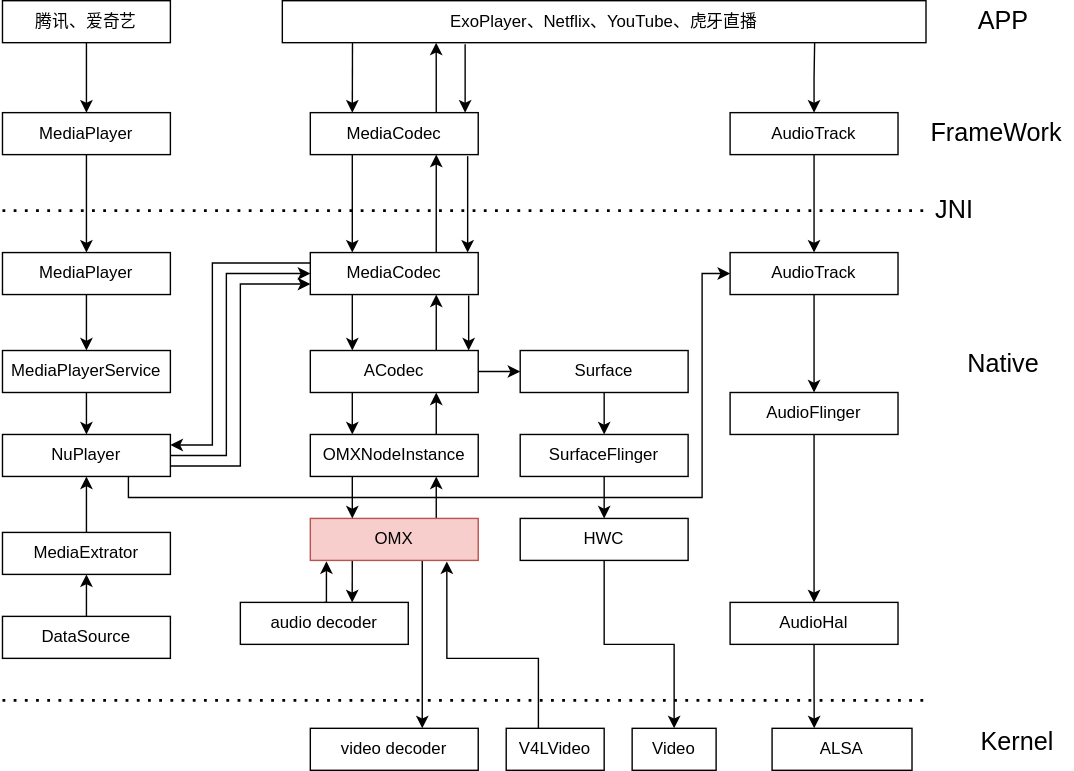
llzywhy/AnBook keeps this draw.io diagram as assets/openmax_in_android.svg. Above is the earlier version. Source tidied: cells renumbered, new cells last; positions are measured from the earlier drawing's top-left corner, leaving out a move shared by most shapes. The source it was exported from:
```xml
<mxGraphModel>
  <root>
    <mxCell id="0" />
    <mxCell id="1" parent="0" />
    <mxCell id="2" style="edgeStyle=orthogonalEdgeStyle;rounded=0;jettySize=auto;html=1;exitX=0.5;exitY=1;exitDx=0;exitDy=0;entryX=0.5;entryY=0;entryDx=0;entryDy=0;fontSize=18;" parent="1" edge="1" source="3" target="6">
      <mxGeometry relative="1" as="geometry" />
    </mxCell>
    <mxCell id="3" value="腾讯、爱奇艺" style="rounded=0;whiteSpace=wrap;html=1;" parent="1" vertex="1">
      <mxGeometry width="120" height="30" as="geometry" />
    </mxCell>
    <mxCell id="4" value="ExoPlayer、Netflix、YouTube、虎牙直播" style="rounded=0;whiteSpace=wrap;html=1;" parent="1" vertex="1">
      <mxGeometry x="200" width="460" height="30" as="geometry" />
    </mxCell>
    <mxCell id="5" style="edgeStyle=orthogonalEdgeStyle;rounded=0;jettySize=auto;html=1;exitX=0.5;exitY=1;exitDx=0;exitDy=0;entryX=0.5;entryY=0;entryDx=0;entryDy=0;fontSize=18;" parent="1" edge="1" source="6" target="14">
      <mxGeometry relative="1" as="geometry" />
    </mxCell>
    <mxCell id="6" value="MediaPlayer" style="rounded=0;whiteSpace=wrap;html=1;" parent="1" vertex="1">
      <mxGeometry y="80" width="120" height="30" as="geometry" />
    </mxCell>
    <mxCell id="7" style="edgeStyle=orthogonalEdgeStyle;rounded=0;jettySize=auto;html=1;exitX=0.75;exitY=0;exitDx=0;exitDy=0;entryX=0.239;entryY=1;entryDx=0;entryDy=0;entryPerimeter=0;fontSize=18;" parent="1" edge="1" source="8" target="4">
      <mxGeometry relative="1" as="geometry" />
    </mxCell>
    <mxCell id="8" value="MediaCodec" style="rounded=0;whiteSpace=wrap;html=1;" parent="1" vertex="1">
      <mxGeometry x="220" y="80" width="120" height="30" as="geometry" />
    </mxCell>
    <mxCell id="9" style="edgeStyle=orthogonalEdgeStyle;rounded=0;jettySize=auto;html=1;exitX=0.5;exitY=0;exitDx=0;exitDy=0;entryX=0.827;entryY=1;entryDx=0;entryDy=0;entryPerimeter=0;fontSize=18;endArrow=none;endFill=0;startArrow=classic;startFill=1;" parent="1" edge="1" source="11" target="4">
      <mxGeometry relative="1" as="geometry" />
    </mxCell>
    <mxCell id="10" style="edgeStyle=orthogonalEdgeStyle;rounded=0;jettySize=auto;html=1;exitX=0.5;exitY=1;exitDx=0;exitDy=0;entryX=0.5;entryY=0;entryDx=0;entryDy=0;fontSize=18;startArrow=none;startFill=0;endArrow=classic;endFill=1;" parent="1" edge="1" source="11" target="19">
      <mxGeometry relative="1" as="geometry" />
    </mxCell>
    <mxCell id="11" value="AudioTrack" style="rounded=0;whiteSpace=wrap;html=1;" parent="1" vertex="1">
      <mxGeometry x="520" y="80" width="120" height="30" as="geometry" />
    </mxCell>
    <mxCell id="12" style="endArrow=none;dashed=1;html=1;dashPattern=1 3;strokeWidth=2;rounded=0;" parent="1" edge="1">
      <mxGeometry relative="1" as="geometry">
        <mxPoint y="150" as="sourcePoint" />
        <mxPoint x="660" y="150" as="targetPoint" />
      </mxGeometry>
    </mxCell>
    <mxCell id="13" style="edgeStyle=orthogonalEdgeStyle;rounded=0;jettySize=auto;html=1;exitX=0.5;exitY=1;exitDx=0;exitDy=0;entryX=0.5;entryY=0;entryDx=0;entryDy=0;fontSize=18;" parent="1" edge="1" source="14" target="21">
      <mxGeometry relative="1" as="geometry" />
    </mxCell>
    <mxCell id="14" value="MediaPlayer" style="rounded=0;whiteSpace=wrap;html=1;" parent="1" vertex="1">
      <mxGeometry y="180" width="120" height="30" as="geometry" />
    </mxCell>
    <mxCell id="15" style="edgeStyle=orthogonalEdgeStyle;rounded=0;jettySize=auto;html=1;exitX=0.75;exitY=0;exitDx=0;exitDy=0;entryX=0.75;entryY=1;entryDx=0;entryDy=0;fontSize=18;" parent="1" edge="1" source="17" target="8">
      <mxGeometry relative="1" as="geometry" />
    </mxCell>
    <mxCell id="16" style="edgeStyle=orthogonalEdgeStyle;rounded=0;jettySize=auto;html=1;exitX=0;exitY=0.25;exitDx=0;exitDy=0;entryX=1;entryY=0.25;entryDx=0;entryDy=0;fontSize=18;startArrow=none;startFill=0;endArrow=classic;endFill=1;" parent="1" edge="1" source="17" target="25">
      <mxGeometry relative="1" as="geometry">
        <Array as="points">
          <mxPoint x="150" y="188" />
          <mxPoint x="150" y="318" />
        </Array>
      </mxGeometry>
    </mxCell>
    <mxCell id="17" value="MediaCodec" style="rounded=0;whiteSpace=wrap;html=1;" parent="1" vertex="1">
      <mxGeometry x="220" y="180" width="120" height="30" as="geometry" />
    </mxCell>
    <mxCell id="18" style="edgeStyle=orthogonalEdgeStyle;rounded=0;jettySize=auto;html=1;exitX=0.5;exitY=1;exitDx=0;exitDy=0;entryX=0.5;entryY=0;entryDx=0;entryDy=0;fontSize=18;startArrow=none;startFill=0;endArrow=classic;endFill=1;" parent="1" edge="1" source="19" target="49">
      <mxGeometry relative="1" as="geometry" />
    </mxCell>
    <mxCell id="19" value="AudioTrack" style="rounded=0;whiteSpace=wrap;html=1;" parent="1" vertex="1">
      <mxGeometry x="520" y="180" width="120" height="30" as="geometry" />
    </mxCell>
    <mxCell id="20" style="edgeStyle=orthogonalEdgeStyle;rounded=0;jettySize=auto;html=1;exitX=0.5;exitY=1;exitDx=0;exitDy=0;entryX=0.5;entryY=0;entryDx=0;entryDy=0;fontSize=18;" parent="1" edge="1" source="21" target="25">
      <mxGeometry relative="1" as="geometry" />
    </mxCell>
    <mxCell id="21" value="MediaPlayerService" style="rounded=0;whiteSpace=wrap;html=1;" parent="1" vertex="1">
      <mxGeometry y="250" width="120" height="30" as="geometry" />
    </mxCell>
    <mxCell id="22" style="edgeStyle=orthogonalEdgeStyle;rounded=0;jettySize=auto;html=1;exitX=1;exitY=0.75;exitDx=0;exitDy=0;entryX=0;entryY=0.75;entryDx=0;entryDy=0;fontSize=18;startArrow=none;startFill=0;endArrow=classic;endFill=1;" parent="1" edge="1" source="25" target="17">
      <mxGeometry relative="1" as="geometry" />
    </mxCell>
    <mxCell id="23" style="edgeStyle=orthogonalEdgeStyle;rounded=0;jettySize=auto;html=1;exitX=1;exitY=0.5;exitDx=0;exitDy=0;entryX=0;entryY=0.5;entryDx=0;entryDy=0;fontSize=18;startArrow=none;startFill=0;endArrow=classic;endFill=1;" parent="1" edge="1" source="25" target="17">
      <mxGeometry relative="1" as="geometry">
        <Array as="points">
          <mxPoint x="160" y="325" />
          <mxPoint x="160" y="195" />
        </Array>
      </mxGeometry>
    </mxCell>
    <mxCell id="24" style="edgeStyle=orthogonalEdgeStyle;rounded=0;jettySize=auto;html=1;exitX=0.75;exitY=1;exitDx=0;exitDy=0;entryX=0;entryY=0.5;entryDx=0;entryDy=0;fontSize=18;startArrow=none;startFill=0;endArrow=classic;endFill=1;" parent="1" edge="1" source="25" target="19">
      <mxGeometry relative="1" as="geometry">
        <Array as="points">
          <mxPoint x="90" y="355" />
          <mxPoint x="500" y="355" />
          <mxPoint x="500" y="195" />
        </Array>
      </mxGeometry>
    </mxCell>
    <mxCell id="25" value="NuPlayer" style="rounded=0;whiteSpace=wrap;html=1;" parent="1" vertex="1">
      <mxGeometry y="310" width="120" height="30" as="geometry" />
    </mxCell>
    <mxCell id="26" style="edgeStyle=orthogonalEdgeStyle;rounded=0;jettySize=auto;html=1;exitX=0.5;exitY=0;exitDx=0;exitDy=0;entryX=0.5;entryY=1;entryDx=0;entryDy=0;fontSize=18;" parent="1" edge="1" source="27" target="25">
      <mxGeometry relative="1" as="geometry" />
    </mxCell>
    <mxCell id="27" value="MediaExtrator" style="rounded=0;whiteSpace=wrap;html=1;" parent="1" vertex="1">
      <mxGeometry y="380" width="120" height="30" as="geometry" />
    </mxCell>
    <mxCell id="28" style="edgeStyle=orthogonalEdgeStyle;rounded=0;jettySize=auto;html=1;exitX=0.5;exitY=0;exitDx=0;exitDy=0;entryX=0.5;entryY=1;entryDx=0;entryDy=0;fontSize=18;" parent="1" edge="1" source="29" target="27">
      <mxGeometry relative="1" as="geometry" />
    </mxCell>
    <mxCell id="29" value="DataSource" style="rounded=0;whiteSpace=wrap;html=1;" parent="1" vertex="1">
      <mxGeometry y="440" width="120" height="30" as="geometry" />
    </mxCell>
    <mxCell id="30" style="edgeStyle=orthogonalEdgeStyle;rounded=0;jettySize=auto;html=1;exitX=0.75;exitY=0;exitDx=0;exitDy=0;entryX=0.75;entryY=1;entryDx=0;entryDy=0;fontSize=18;" parent="1" edge="1" source="32" target="17">
      <mxGeometry relative="1" as="geometry" />
    </mxCell>
    <mxCell id="31" style="edgeStyle=orthogonalEdgeStyle;rounded=0;jettySize=auto;html=1;exitX=1;exitY=0.5;exitDx=0;exitDy=0;entryX=0;entryY=0.5;entryDx=0;entryDy=0;fontSize=18;" parent="1" edge="1" source="32" target="43">
      <mxGeometry relative="1" as="geometry" />
    </mxCell>
    <mxCell id="32" value="ACodec" style="rounded=0;whiteSpace=wrap;html=1;" parent="1" vertex="1">
      <mxGeometry x="220" y="250" width="120" height="30" as="geometry" />
    </mxCell>
    <mxCell id="33" style="edgeStyle=orthogonalEdgeStyle;rounded=0;jettySize=auto;html=1;exitX=0.75;exitY=0;exitDx=0;exitDy=0;entryX=0.75;entryY=1;entryDx=0;entryDy=0;fontSize=18;" parent="1" edge="1" source="34" target="32">
      <mxGeometry relative="1" as="geometry" />
    </mxCell>
    <mxCell id="34" value="OMXNodeInstance" style="rounded=0;whiteSpace=wrap;html=1;" parent="1" vertex="1">
      <mxGeometry x="220" y="310" width="120" height="30" as="geometry" />
    </mxCell>
    <mxCell id="35" style="edgeStyle=orthogonalEdgeStyle;rounded=0;jettySize=auto;html=1;exitX=0.25;exitY=1;exitDx=0;exitDy=0;entryX=0.666;entryY=0;entryDx=0;entryDy=0;entryPerimeter=0;fontSize=18;" parent="1" edge="1" source="38" target="40">
      <mxGeometry relative="1" as="geometry" />
    </mxCell>
    <mxCell id="36" style="edgeStyle=orthogonalEdgeStyle;rounded=0;orthogonalLoop=1;jettySize=auto;html=1;exitX=0.75;exitY=1;exitDx=0;exitDy=0;entryX=0.75;entryY=0;entryDx=0;entryDy=0;fontSize=18;" parent="1" edge="1">
      <mxGeometry relative="1" as="geometry">
        <mxPoint x="300" y="400" as="sourcePoint" />
        <mxPoint x="300" y="520" as="targetPoint" />
      </mxGeometry>
    </mxCell>
    <mxCell id="37" style="edgeStyle=orthogonalEdgeStyle;rounded=0;jettySize=auto;html=1;exitX=0.75;exitY=0;exitDx=0;exitDy=0;entryX=0.75;entryY=1;entryDx=0;entryDy=0;fontSize=18;" parent="1" edge="1" source="38" target="34">
      <mxGeometry relative="1" as="geometry" />
    </mxCell>
    <mxCell id="38" value="OMX" style="rounded=0;whiteSpace=wrap;html=1;fillColor=#f8cecc;strokeColor=#b85450;" parent="1" vertex="1">
      <mxGeometry x="220" y="370" width="120" height="30" as="geometry" />
    </mxCell>
    <mxCell id="39" style="edgeStyle=orthogonalEdgeStyle;rounded=0;jettySize=auto;html=1;exitX=0.5;exitY=0;exitDx=0;exitDy=0;entryX=0.096;entryY=1.021;entryDx=0;entryDy=0;entryPerimeter=0;fontSize=18;" parent="1" edge="1" source="40" target="38">
      <mxGeometry relative="1" as="geometry" />
    </mxCell>
    <mxCell id="40" value="audio decoder" style="rounded=0;whiteSpace=wrap;html=1;" parent="1" vertex="1">
      <mxGeometry x="170" y="430" width="120" height="30" as="geometry" />
    </mxCell>
    <mxCell id="41" style="endArrow=none;dashed=1;html=1;dashPattern=1 3;strokeWidth=2;rounded=0;" parent="1" edge="1">
      <mxGeometry relative="1" as="geometry">
        <mxPoint y="500" as="sourcePoint" />
        <mxPoint x="660" y="500" as="targetPoint" />
      </mxGeometry>
    </mxCell>
    <mxCell id="42" style="edgeStyle=orthogonalEdgeStyle;rounded=0;jettySize=auto;html=1;exitX=0.5;exitY=1;exitDx=0;exitDy=0;entryX=0.5;entryY=0;entryDx=0;entryDy=0;fontSize=18;" parent="1" edge="1" source="43" target="45">
      <mxGeometry relative="1" as="geometry" />
    </mxCell>
    <mxCell id="43" value="Surface" style="rounded=0;whiteSpace=wrap;html=1;" parent="1" vertex="1">
      <mxGeometry x="370" y="250" width="120" height="30" as="geometry" />
    </mxCell>
    <mxCell id="44" style="edgeStyle=orthogonalEdgeStyle;rounded=0;jettySize=auto;html=1;exitX=0.5;exitY=1;exitDx=0;exitDy=0;entryX=0.5;entryY=0;entryDx=0;entryDy=0;fontSize=18;" parent="1" edge="1" source="45" target="47">
      <mxGeometry relative="1" as="geometry" />
    </mxCell>
    <mxCell id="45" value="SurfaceFlinger" style="rounded=0;whiteSpace=wrap;html=1;" parent="1" vertex="1">
      <mxGeometry x="370" y="310" width="120" height="30" as="geometry" />
    </mxCell>
    <mxCell id="46" style="edgeStyle=orthogonalEdgeStyle;rounded=0;jettySize=auto;html=1;exitX=0.5;exitY=1;exitDx=0;exitDy=0;entryX=0.5;entryY=0;entryDx=0;entryDy=0;fontSize=18;" parent="1" edge="1" source="47" target="55">
      <mxGeometry relative="1" as="geometry" />
    </mxCell>
    <mxCell id="47" value="HWC" style="rounded=0;whiteSpace=wrap;html=1;" parent="1" vertex="1">
      <mxGeometry x="370" y="370" width="120" height="30" as="geometry" />
    </mxCell>
    <mxCell id="48" style="edgeStyle=orthogonalEdgeStyle;rounded=0;jettySize=auto;html=1;exitX=0.5;exitY=1;exitDx=0;exitDy=0;entryX=0.5;entryY=0;entryDx=0;entryDy=0;fontSize=18;startArrow=none;startFill=0;endArrow=classic;endFill=1;" parent="1" edge="1" source="49" target="51">
      <mxGeometry relative="1" as="geometry" />
    </mxCell>
    <mxCell id="49" value="AudioFlinger" style="rounded=0;whiteSpace=wrap;html=1;" parent="1" vertex="1">
      <mxGeometry x="520" y="280" width="120" height="30" as="geometry" />
    </mxCell>
    <mxCell id="50" style="edgeStyle=orthogonalEdgeStyle;rounded=0;jettySize=auto;html=1;exitX=0.5;exitY=1;exitDx=0;exitDy=0;entryX=0.301;entryY=0;entryDx=0;entryDy=0;entryPerimeter=0;fontSize=18;startArrow=none;startFill=0;endArrow=classic;endFill=1;" parent="1" edge="1" source="51" target="56">
      <mxGeometry relative="1" as="geometry" />
    </mxCell>
    <mxCell id="51" value="AudioHal" style="rounded=0;whiteSpace=wrap;html=1;" parent="1" vertex="1">
      <mxGeometry x="520" y="430" width="120" height="30" as="geometry" />
    </mxCell>
    <mxCell id="52" value="video decoder" style="rounded=0;whiteSpace=wrap;html=1;" parent="1" vertex="1">
      <mxGeometry x="220" y="520" width="120" height="30" as="geometry" />
    </mxCell>
    <mxCell id="53" style="edgeStyle=orthogonalEdgeStyle;rounded=0;orthogonalLoop=1;jettySize=auto;html=1;exitX=0.5;exitY=0;exitDx=0;exitDy=0;entryX=0.913;entryY=1.023;entryDx=0;entryDy=0;entryPerimeter=0;fontSize=18;" parent="1" edge="1">
      <mxGeometry relative="1" as="geometry">
        <mxPoint x="383" y="520" as="sourcePoint" />
        <mxPoint x="317.6" y="400.7" as="targetPoint" />
        <Array as="points">
          <mxPoint x="383" y="470" />
          <mxPoint x="318" y="470" />
        </Array>
      </mxGeometry>
    </mxCell>
    <mxCell id="54" value="V4LVideo" style="rounded=0;whiteSpace=wrap;html=1;" parent="1" vertex="1">
      <mxGeometry x="360" y="520" width="70" height="30" as="geometry" />
    </mxCell>
    <mxCell id="55" value="Video" style="rounded=0;whiteSpace=wrap;html=1;" parent="1" vertex="1">
      <mxGeometry x="450" y="520" width="60" height="30" as="geometry" />
    </mxCell>
    <mxCell id="56" value="ALSA" style="rounded=0;whiteSpace=wrap;html=1;" parent="1" vertex="1">
      <mxGeometry x="550" y="520" width="100" height="30" as="geometry" />
    </mxCell>
    <mxCell id="57" value="&lt;font style=&quot;font-size: 18px&quot;&gt;Kernel&lt;/font&gt;" style="text;html=1;align=center;verticalAlign=middle;strokeColor=none;fillColor=none;" parent="1" vertex="1">
      <mxGeometry x="690" y="520" width="70" height="20" as="geometry" />
    </mxCell>
    <mxCell id="58" value="&lt;font style=&quot;font-size: 18px&quot;&gt;Native&lt;/font&gt;" style="text;html=1;align=center;verticalAlign=middle;strokeColor=none;fillColor=none;" parent="1" vertex="1">
      <mxGeometry x="680" y="250" width="70" height="20" as="geometry" />
    </mxCell>
    <mxCell id="59" value="&lt;font style=&quot;font-size: 18px&quot;&gt;JNI&lt;/font&gt;" style="text;html=1;align=center;verticalAlign=middle;strokeColor=none;fillColor=none;" parent="1" vertex="1">
      <mxGeometry x="660" y="140" width="40" height="20" as="geometry" />
    </mxCell>
    <mxCell id="60" value="&lt;font style=&quot;font-size: 18px&quot;&gt;FrameWork&lt;/font&gt;" style="text;html=1;align=center;verticalAlign=middle;strokeColor=none;fillColor=none;" parent="1" vertex="1">
      <mxGeometry x="655" y="85" width="110" height="20" as="geometry" />
    </mxCell>
    <mxCell id="61" value="&lt;font style=&quot;font-size: 18px&quot;&gt;APP&lt;/font&gt;" style="text;html=1;align=center;verticalAlign=middle;strokeColor=none;fillColor=none;" parent="1" vertex="1">
      <mxGeometry x="690" y="5" width="50" height="20" as="geometry" />
    </mxCell>
    <mxCell id="62" style="endArrow=classic;html=1;rounded=0;fontSize=18;exitX=0.25;exitY=1;exitDx=0;exitDy=0;entryX=0.25;entryY=0;entryDx=0;entryDy=0;" parent="1" edge="1" source="8" target="17">
      <mxGeometry relative="1" as="geometry" />
    </mxCell>
    <mxCell id="63" style="endArrow=classic;html=1;rounded=0;fontSize=18;exitX=0.25;exitY=1;exitDx=0;exitDy=0;entryX=0.25;entryY=0;entryDx=0;entryDy=0;" parent="1" edge="1" source="17" target="32">
      <mxGeometry relative="1" as="geometry" />
    </mxCell>
    <mxCell id="64" style="endArrow=classic;html=1;rounded=0;fontSize=18;exitX=0.109;exitY=1;exitDx=0;exitDy=0;exitPerimeter=0;entryX=0.25;entryY=0;entryDx=0;entryDy=0;" parent="1" edge="1" source="4" target="8">
      <mxGeometry relative="1" as="geometry" />
    </mxCell>
    <mxCell id="65" style="endArrow=classic;html=1;rounded=0;fontSize=18;exitX=0.25;exitY=1;exitDx=0;exitDy=0;entryX=0.25;entryY=0;entryDx=0;entryDy=0;" parent="1" edge="1" source="32" target="34">
      <mxGeometry relative="1" as="geometry" />
    </mxCell>
    <mxCell id="66" style="endArrow=classic;html=1;rounded=0;fontSize=18;exitX=0.25;exitY=1;exitDx=0;exitDy=0;entryX=0.25;entryY=0;entryDx=0;entryDy=0;" parent="1" edge="1" source="34" target="38">
      <mxGeometry relative="1" as="geometry" />
    </mxCell>
    <mxCell id="67" style="endArrow=classic;html=1;rounded=0;fontSize=18;exitX=0.284;exitY=1.036;exitDx=0;exitDy=0;exitPerimeter=0;entryX=0.922;entryY=0;entryDx=0;entryDy=0;entryPerimeter=0;" parent="1" edge="1" source="4" target="8">
      <mxGeometry relative="1" as="geometry" />
    </mxCell>
    <mxCell id="68" style="endArrow=classic;html=1;rounded=0;fontSize=18;exitX=0.937;exitY=1.037;exitDx=0;exitDy=0;exitPerimeter=0;entryX=0.937;entryY=0;entryDx=0;entryDy=0;entryPerimeter=0;" parent="1" edge="1" source="8" target="17">
      <mxGeometry relative="1" as="geometry" />
    </mxCell>
    <mxCell id="69" style="endArrow=classic;html=1;rounded=0;fontSize=18;exitX=0.943;exitY=1.023;exitDx=0;exitDy=0;exitPerimeter=0;entryX=0.943;entryY=0;entryDx=0;entryDy=0;entryPerimeter=0;" parent="1" edge="1" source="17" target="32">
      <mxGeometry relative="1" as="geometry" />
    </mxCell>
  </root>
</mxGraphModel>
```
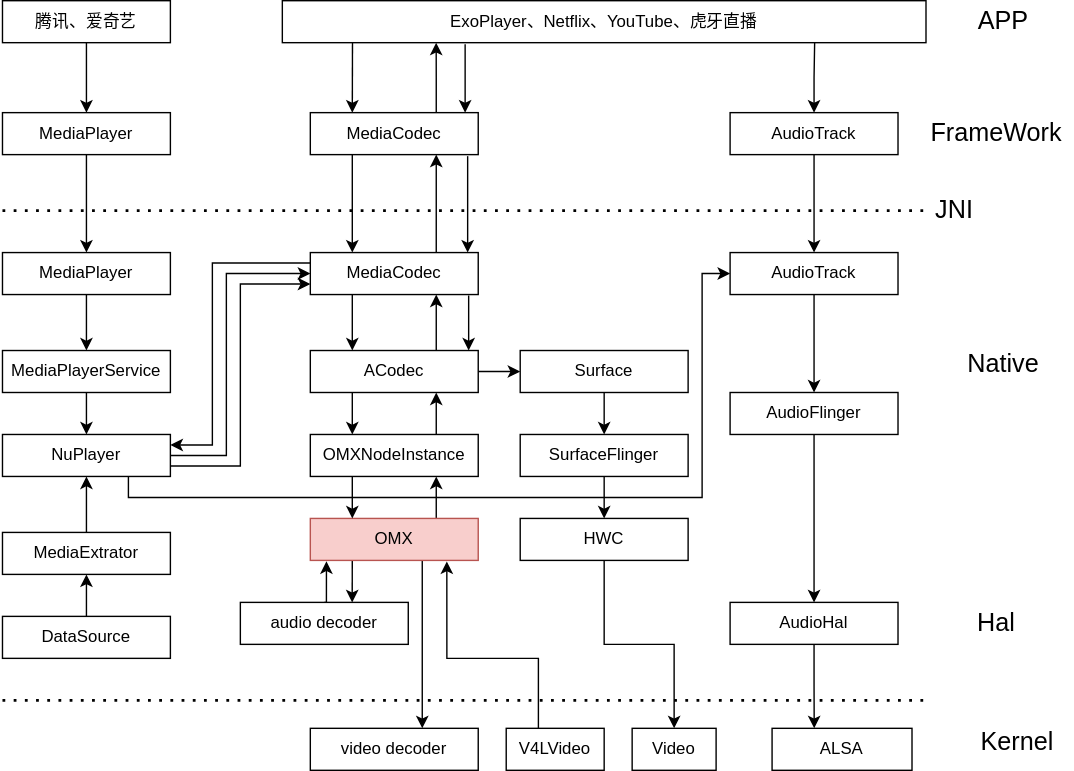
The same diagram one commit later.

The edit, as a diff of the source:
```diff
@@ -238,5 +238,8 @@
     <mxCell id="69" style="endArrow=classic;html=1;rounded=0;fontSize=18;exitX=0.943;exitY=1.023;exitDx=0;exitDy=0;exitPerimeter=0;entryX=0.943;entryY=0;entryDx=0;entryDy=0;entryPerimeter=0;" parent="1" edge="1" source="17" target="32">
       <mxGeometry relative="1" as="geometry" />
     </mxCell>
+    <mxCell id="70" value="&lt;font style=&quot;font-size: 18px&quot;&gt;Hal&lt;/font&gt;" style="text;html=1;align=center;verticalAlign=middle;strokeColor=none;fillColor=none;" parent="1" vertex="1">
+      <mxGeometry x="685" y="425" width="50" height="40" as="geometry" />
+    </mxCell>
   </root>
 </mxGraphModel>
```
